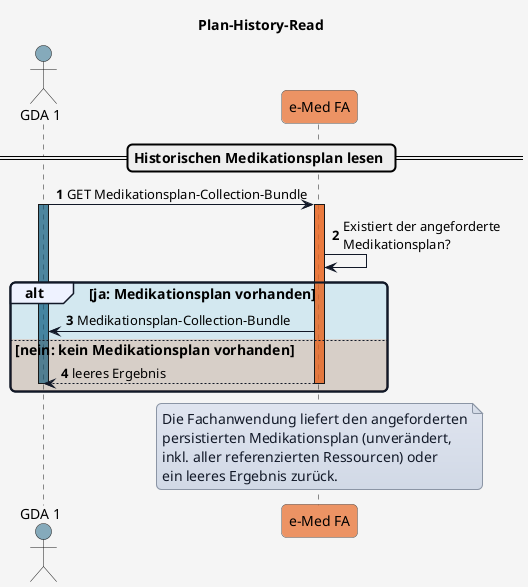
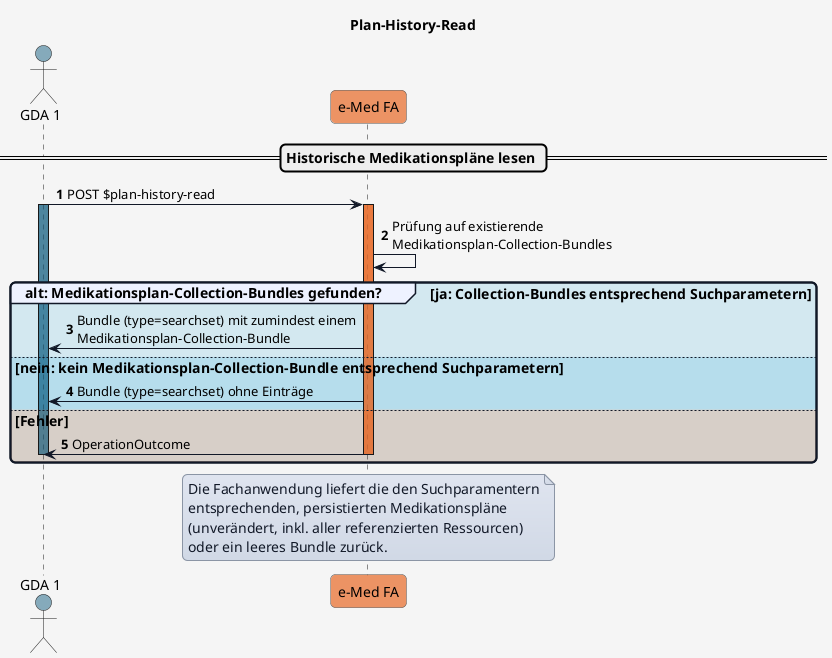
@startuml
title Plan-History-Read

'skinparam actorStyle awesome

skinparam borderColor #000000
skinparam backgroundColor #f5f5f5
skinparam shadowing false
skinparam roundCorner 10
skinparam defaultFontName "Arial"
skinparam defaultFontSize 14
skinparam defaultFontColor #000000
skinparam HyperlinkColor #0000EE
skinparam HyperlinkUnderline false
skinparam BoxPadding 20
skinparam BoxBorderColor #555555

skinparam note {
  BackgroundColor #e0e5f0-#d1d9e6
  BorderColor #8b95a5
  BorderThickness 1
  RoundCorner 0
  Padding 6
  FontColor #111827
  Shadowing false
}

skinparam sequence {
  ParticipantBorderColor #555555
  ParticipantBackgroundColor #ffffff
  ParticipantFontColor #000000
  ParticipantFontSize 14
  ParticipantPadding 20
  ArrowColor #111827
  ArrowThickness 1
  ArrowFontColor #000000
  ArrowFontSize 13
  GroupBorderColor #111827
  GroupBackgroundColor #eef2ff
  GroupBorderThickness 2
}

!define COLOR_GDA_1    #15608280
!define COLOR_GDA_2    #96607D80
!define COLOR_PATIENT  #196B2480
!define COLOR_APO      #0F9ED590
!define COLOR_EMED_FA  #e97232bd
!define COLOR_E_REZEPT #cd3732a9

!define COLOR_OK       #0F9ED525
!define COLOR_ERROR    #E9713235


actor GDA_1 as "GDA 1" COLOR_GDA_1
participant eMed_FA as "e-Med FA" COLOR_EMED_FA


autonumber

- == Historischen Medikationsplan lesen ==
+ == Historische Medikationspläne lesen ==

- GDA_1 -> eMed_FA: GET Medikationsplan-Collection-Bundle
+ GDA_1 -> eMed_FA: POST $plan-history-read
activate GDA_1 COLOR_GDA_1

activate eMed_FA COLOR_EMED_FA
- eMed_FA -> eMed_FA: Existiert der angeforderte\nMedikationsplan?
+ eMed_FA -> eMed_FA: Prüfung auf existierende\nMedikationsplan-Collection-Bundles

- alt COLOR_OK ja: Medikationsplan vorhanden
-   eMed_FA -> GDA_1: Medikationsplan-Collection-Bundle
- else COLOR_ERROR nein: kein Medikationsplan vorhanden
-   eMed_FA --> GDA_1: leeres Ergebnis
+ group COLOR_OK alt: Medikationsplan-Collection-Bundles gefunden? [ja: Collection-Bundles entsprechend Suchparametern]
+   eMed_FA -> GDA_1: Bundle (type=searchset) mit zumindest einem\nMedikationsplan-Collection-Bundle
+ else COLOR_OK nein: kein Medikationsplan-Collection-Bundle entsprechend Suchparametern
+   eMed_FA -> GDA_1: Bundle (type=searchset) ohne Einträge
+ else COLOR_ERROR Fehler
+   eMed_FA -> GDA_1: OperationOutcome
  deactivate GDA_1
  deactivate eMed_FA
end

note over eMed_FA
- Die Fachanwendung liefert den angeforderten
- persistierten Medikationsplan (unverändert,
- inkl. aller referenzierten Ressourcen) oder
- ein leeres Ergebnis zurück.
+ Die Fachanwendung liefert die den Suchparamentern
+ entsprechenden, persistierten Medikationspläne
+ (unverändert, inkl. aller referenzierten Ressourcen)
+ oder ein leeres Bundle zurück.
end note


@enduml